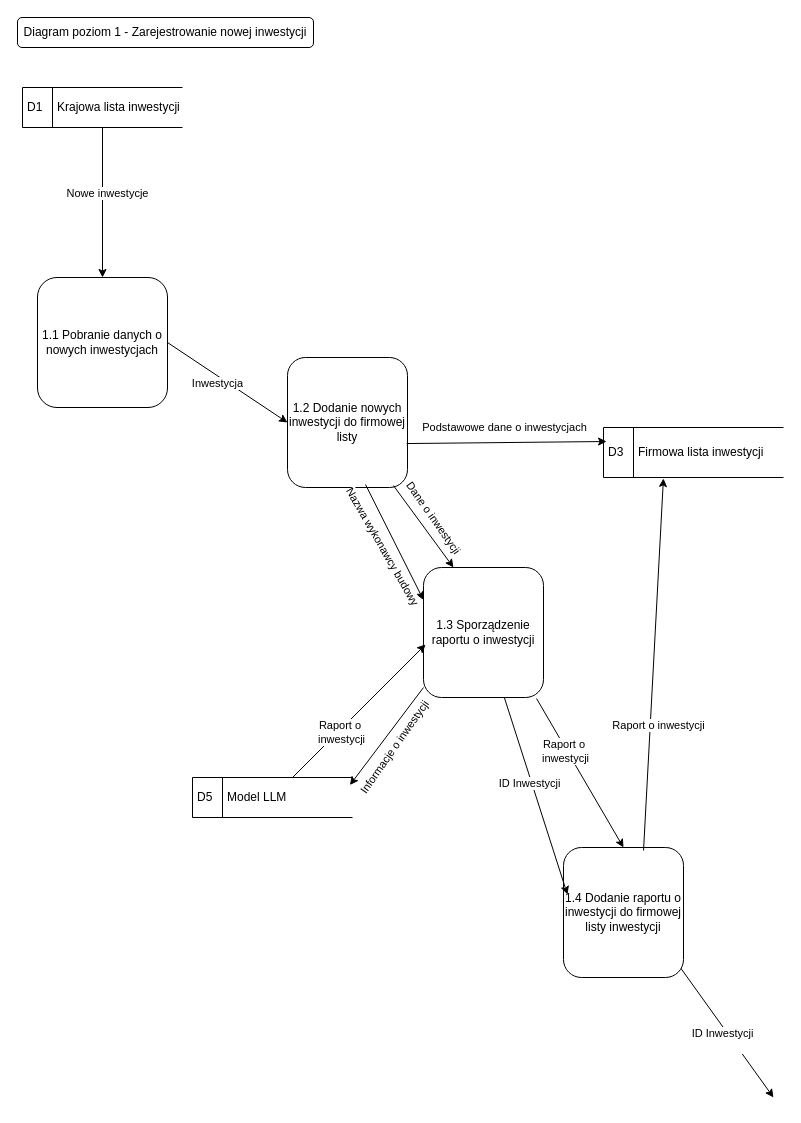
Earlier version of the draw.io diagram page "Diagram poziomu 1 diagram 1" (3 of 8) of DPD/Diagram DPD.drawio (Mackin1232/modelowanie-systemow). Source tidied: cells renumbered, new cells numbered last; positions are measured from the earlier drawing's top-left corner, leaving out a move shared by most shapes. Both pictures are drawn from the tidied source at 100%, with x=0, y=0 at pixel (17, 17).
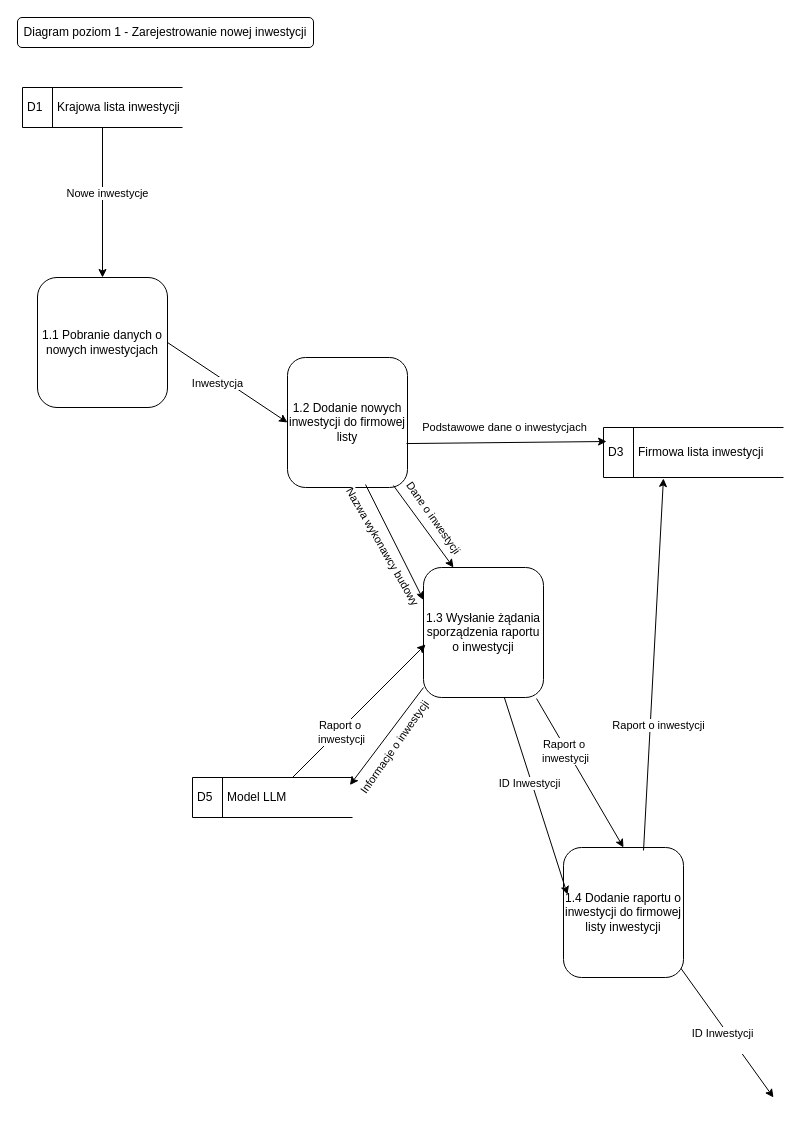
The same diagram, later.

What changed in the source:
```diff
@@
-    <mxCell id="11" value="1.3 Sporządzenie raportu o inwestycji" style="rounded=1;whiteSpace=wrap;html=1;" parent="1" vertex="1">
+    <mxCell id="11" value="1.3 Wysłanie żądania sporządzenia raportu o inwestycji" style="rounded=1;whiteSpace=wrap;html=1;" parent="1" vertex="1">
       <mxGeometry x="406" y="550" width="120" height="130" as="geometry" />
     </mxCell>
```
